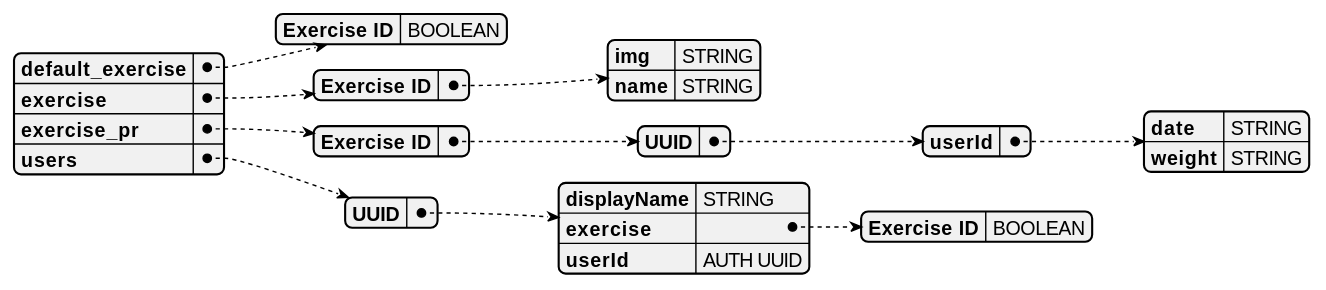
The PlantUML diagram images/DBmodel.svg in Kempie1/SE_21-Mobile-Development, before a commit.
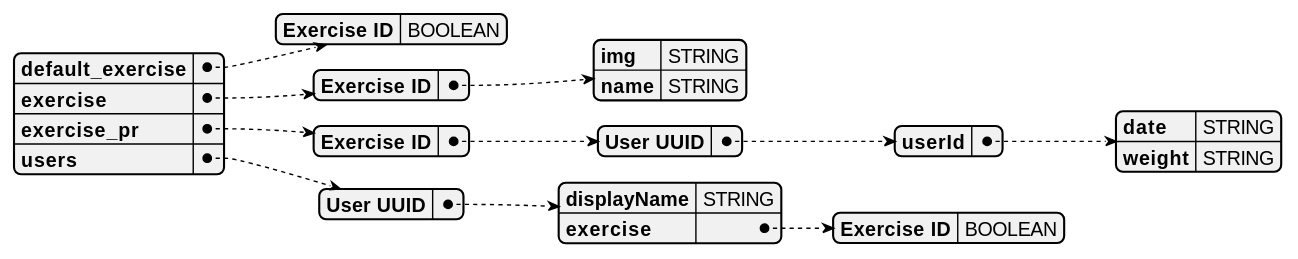
After the change.

What changed in the source:
```diff
@@ -11,7 +11,7 @@
   },
   "exercise_pr": {
     "Exercise ID": {
-      "UUID": {
+      "User UUID": {
         "userId": {
           "date": "STRING",
           "weight": "STRING"
@@ -20,12 +20,11 @@
     }
   },
   "users": {
-    "UUID": {
+    "User UUID": {
       "displayName": "STRING",
       "exercise": {
         "Exercise ID": "BOOLEAN"
-      },
-      "userId": "AUTH UUID"
+      }
     }
   }
 }
```
